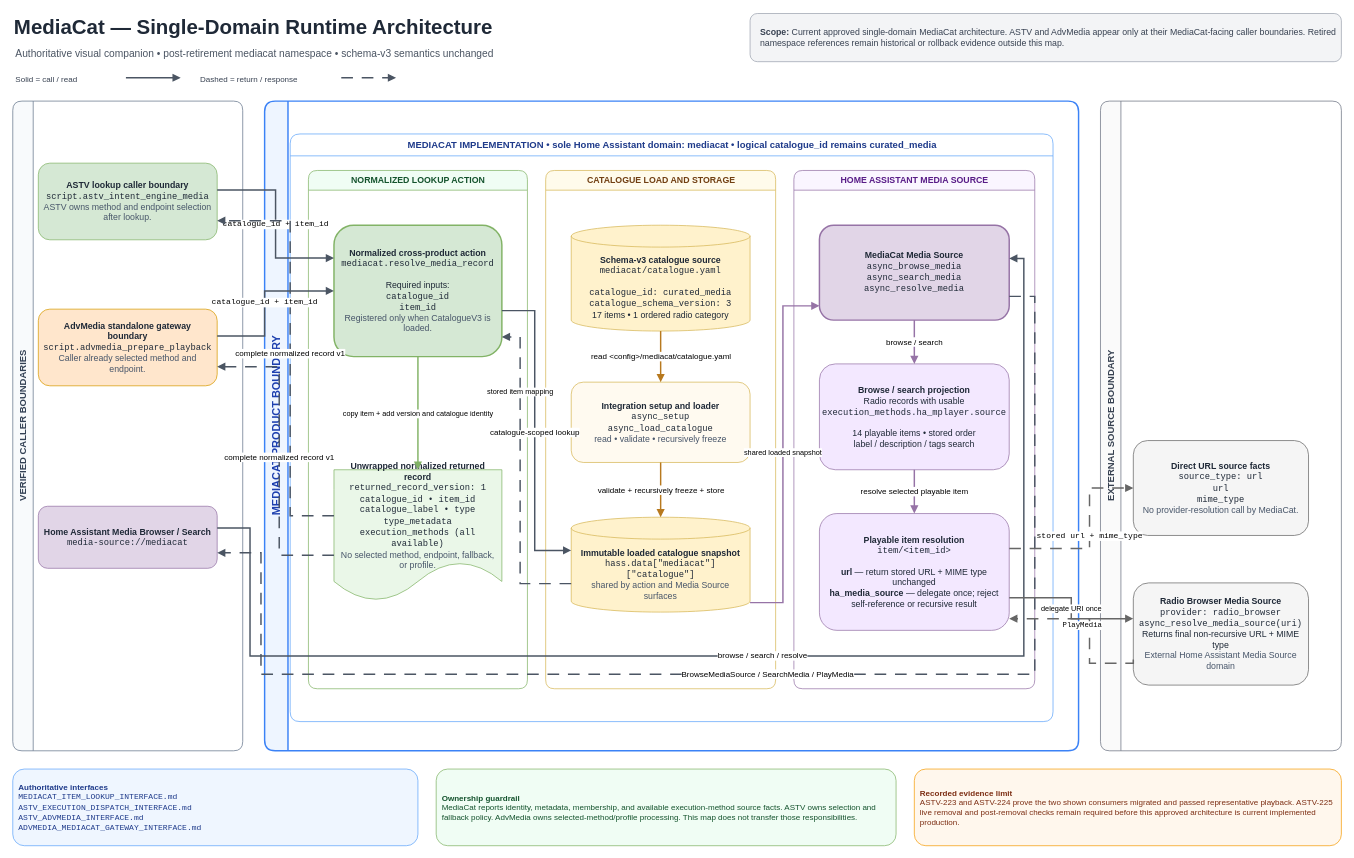
83degrees/MediaCat keeps this draw.io diagram as 01_Architecture/Diagrams/MEDIACAT_ARCHITECTURE.drawio. Above is the earlier version. Source tidied: cells renumbered, new cells numbered last; positions are measured from the earlier drawing's top-left corner, leaving out a move shared by most shapes. Both pictures are drawn from the tidied source at 73%, with x=0, y=0 at pixel (12, 12).
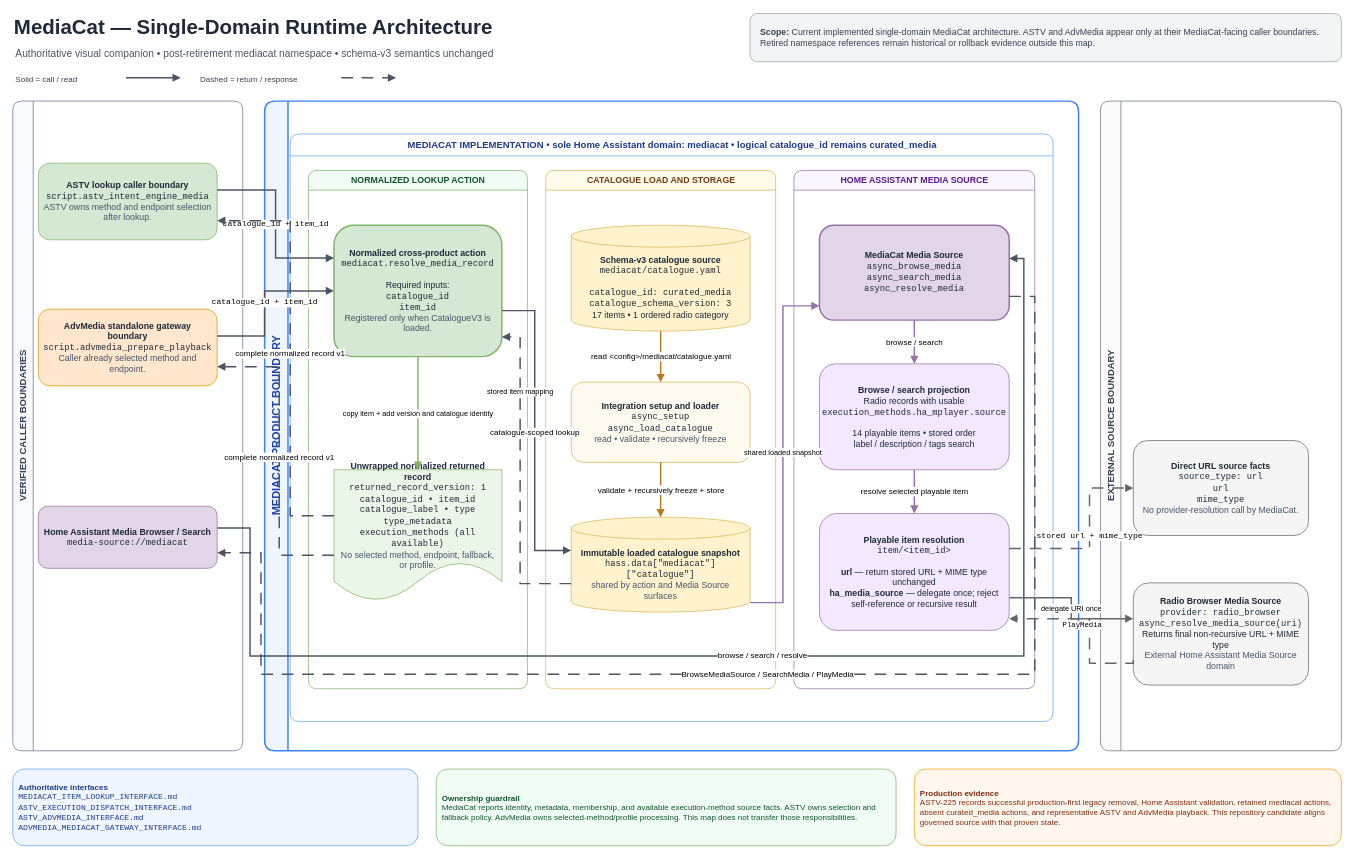
The same page after the edit.

Commit message (it also covers changes not shown here):
ASTV-225: align retirement narrative with production

Diff of the diagram source:
```diff
@@
-    <mxCell id="4" value="&lt;b&gt;Scope:&lt;/b&gt; Current approved single-domain MediaCat architecture. ASTV and AdvMedia appear only at their MediaCat-facing caller boundaries. Retired namespace references remain historical or rollback evidence outside this map." style="rounded=1;whiteSpace=wrap;html=1;fillColor=#f3f4f6;strokeColor=#9ca3af;fontColor=#374151;fontSize=12;align=left;spacingLeft=12;" parent="1" vertex="1">
+    <mxCell id="4" value="&lt;b&gt;Scope:&lt;/b&gt; Current implemented single-domain MediaCat architecture. ASTV and AdvMedia appear only at their MediaCat-facing caller boundaries. Retired namespace references remain historical or rollback evidence outside this map." style="rounded=1;whiteSpace=wrap;html=1;fillColor=#f3f4f6;strokeColor=#9ca3af;fontColor=#374151;fontSize=12;align=left;spacingLeft=12;" parent="1" vertex="1">
       <mxGeometry x="1010" y="1" width="810" height="66" as="geometry" />
     </mxCell>
@@
-    <mxCell id="48" value="&lt;b&gt;Recorded evidence limit&lt;/b&gt;&lt;br&gt;ASTV-223 and ASTV-224 prove the two shown consumers migrated and passed representative playback. ASTV-225 live removal and post-removal checks remain required before this approved architecture is current implemented production." style="rounded=1;whiteSpace=wrap;html=1;fillColor=#fff7ed;strokeColor=#f59e0b;fontColor=#7c2d12;fontSize=11;spacing=8;align=left;" parent="1" vertex="1">
+    <mxCell id="48" value="&lt;b&gt;Production evidence&lt;/b&gt;&lt;br&gt;ASTV-225 records successful production-first legacy removal, Home Assistant validation, retained mediacat actions, absent curated_media actions, and representative ASTV and AdvMedia playback. This repository candidate aligns governed source with that proven state." style="rounded=1;whiteSpace=wrap;html=1;fillColor=#fff7ed;strokeColor=#f59e0b;fontColor=#7c2d12;fontSize=11;spacing=8;align=left;" parent="1" vertex="1">
       <mxGeometry x="1235" y="1036" width="585" height="105" as="geometry" />
     </mxCell>
```
